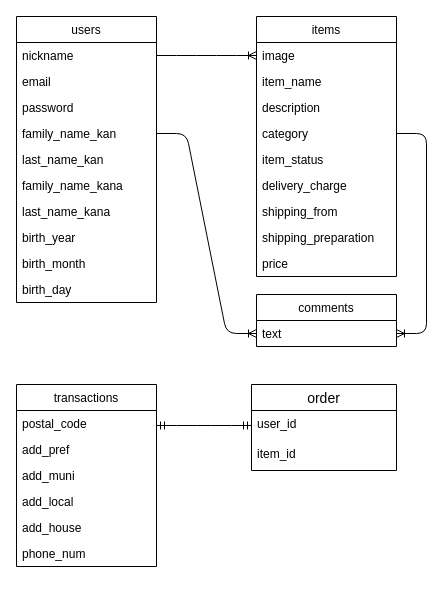
The draw.io diagram furima_er.dio in Koichi-Nak/furima-30508, before the edit. Source tidied: cells renumbered, new cells numbered last; positions are measured from the earlier drawing's top-left corner, leaving out a move shared by most shapes. Both pictures are drawn from the tidied source at 100%, with x=0, y=0 at pixel (16, 16).
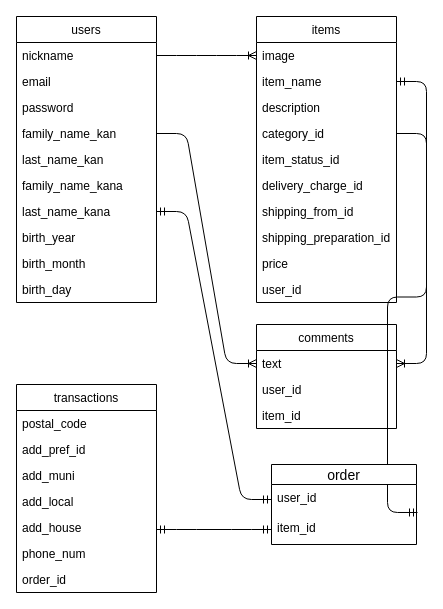
After the change.

Commit message (it also covers changes not shown here):
ER図とREADMEの修正(try2)

Unchanged cells that the change refers to:
```xml
<mxCell id="12" value="last_name_kana" style="text;strokeColor=none;fillColor=none;align=left;verticalAlign=top;spacingLeft=4;spacingRight=4;overflow=hidden;points=[[0,0.5],[1,0.5]];portConstraint=eastwest;" parent="5" vertex="1">
  <mxGeometry y="182" width="140" height="26" as="geometry" />
</mxCell>
<mxCell id="18" value="item_name" style="text;strokeColor=none;fillColor=none;align=left;verticalAlign=top;spacingLeft=4;spacingRight=4;overflow=hidden;points=[[0,0.5],[1,0.5]];portConstraint=eastwest;" parent="16" vertex="1">
  <mxGeometry y="52" width="140" height="26" as="geometry" />
</mxCell>
```

The edit, as a diff of the source:
```diff
@@
     <mxCell id="16" value="items" style="swimlane;fontStyle=0;horizontal=1;startSize=26;fillColor=none;" parent="1" vertex="1">
-      <mxGeometry x="240" width="140" height="260" as="geometry" />
+      <mxGeometry x="240" width="140" height="286" as="geometry" />
     </mxCell>
@@
-    <mxCell id="20" value="category" style="text;strokeColor=none;fillColor=none;align=left;verticalAlign=top;spacingLeft=4;spacingRight=4;overflow=hidden;points=[[0,0.5],[1,0.5]];portConstraint=eastwest;" parent="16" vertex="1">
+    <mxCell id="20" value="category_id" style="text;strokeColor=none;fillColor=none;align=left;verticalAlign=top;spacingLeft=4;spacingRight=4;overflow=hidden;points=[[0,0.5],[1,0.5]];portConstraint=eastwest;" parent="16" vertex="1">
       <mxGeometry y="104" width="140" height="26" as="geometry" />
     </mxCell>
-    <mxCell id="21" value="item_status" style="text;strokeColor=none;fillColor=none;align=left;verticalAlign=top;spacingLeft=4;spacingRight=4;overflow=hidden;" parent="16" vertex="1">
+    <mxCell id="21" value="item_status_id" style="text;strokeColor=none;fillColor=none;align=left;verticalAlign=top;spacingLeft=4;spacingRight=4;overflow=hidden;" parent="16" vertex="1">
       <mxGeometry y="130" width="140" height="26" as="geometry" />
     </mxCell>
-    <mxCell id="22" value="delivery_charge" style="text;strokeColor=none;fillColor=none;align=left;verticalAlign=top;spacingLeft=4;spacingRight=4;overflow=hidden;" parent="16" vertex="1">
+    <mxCell id="22" value="delivery_charge_id" style="text;strokeColor=none;fillColor=none;align=left;verticalAlign=top;spacingLeft=4;spacingRight=4;overflow=hidden;" parent="16" vertex="1">
       <mxGeometry y="156" width="140" height="26" as="geometry" />
     </mxCell>
-    <mxCell id="23" value="shipping_from" style="text;strokeColor=none;fillColor=none;align=left;verticalAlign=top;spacingLeft=4;spacingRight=4;overflow=hidden;" parent="16" vertex="1">
+    <mxCell id="23" value="shipping_from_id" style="text;strokeColor=none;fillColor=none;align=left;verticalAlign=top;spacingLeft=4;spacingRight=4;overflow=hidden;" parent="16" vertex="1">
       <mxGeometry y="182" width="140" height="26" as="geometry" />
     </mxCell>
-    <mxCell id="24" value="shipping_preparation" style="text;strokeColor=none;fillColor=none;align=left;verticalAlign=top;spacingLeft=4;spacingRight=4;overflow=hidden;" parent="16" vertex="1">
+    <mxCell id="24" value="shipping_preparation_id" style="text;strokeColor=none;fillColor=none;align=left;verticalAlign=top;spacingLeft=4;spacingRight=4;overflow=hidden;" parent="16" vertex="1">
       <mxGeometry y="208" width="140" height="26" as="geometry" />
     </mxCell>
@@
-    <mxCell id="26" value="comments" style="swimlane;fontStyle=0;horizontal=1;startSize=26;fillColor=none;" parent="1" vertex="1">
-      <mxGeometry x="240" y="278" width="140" height="52" as="geometry" />
-    </mxCell>
-    <mxCell id="27" value="text" style="text;strokeColor=none;fillColor=none;align=left;verticalAlign=top;spacingLeft=4;spacingRight=4;overflow=hidden;points=[[0,0.5],[1,0.5]];portConstraint=eastwest;" parent="26" vertex="1">
-      <mxGeometry y="26" width="140" height="26" as="geometry" />
-    </mxCell>
+    <mxCell id="39" value="user_id" style="text;strokeColor=none;fillColor=none;align=left;verticalAlign=top;spacingLeft=4;spacingRight=4;overflow=hidden;" parent="16" vertex="1">
+      <mxGeometry y="260" width="140" height="26" as="geometry" />
+    </mxCell>
     <mxCell id="28" value="transactions" style="swimlane;fontStyle=0;horizontal=1;startSize=26;fillColor=none;" parent="1" vertex="1">
-      <mxGeometry y="368" width="140" height="182" as="geometry" />
+      <mxGeometry y="368" width="140" height="208" as="geometry" />
     </mxCell>
@@
-    <mxCell id="30" value="add_pref" style="text;strokeColor=none;fillColor=none;align=left;verticalAlign=top;spacingLeft=4;spacingRight=4;overflow=hidden;" parent="28" vertex="1">
+    <mxCell id="30" value="add_pref_id" style="text;strokeColor=none;fillColor=none;align=left;verticalAlign=top;spacingLeft=4;spacingRight=4;overflow=hidden;" parent="28" vertex="1">
       <mxGeometry y="52" width="140" height="26" as="geometry" />
     </mxCell>
@@
+    <mxCell id="40" value="order_id" style="text;strokeColor=none;fillColor=none;align=left;verticalAlign=top;spacingLeft=4;spacingRight=4;overflow=hidden;" parent="28" vertex="1">
+      <mxGeometry y="182" width="140" height="26" as="geometry" />
+    </mxCell>
+    <mxCell id="38" style="edgeStyle=entityRelationEdgeStyle;fontSize=12;html=1;endArrow=ERmandOne;startArrow=ERmandOne;entryX=0;entryY=0.5;entryDx=0;entryDy=0;" parent="1" edge="1" target="37">
+      <mxGeometry relative="1" as="geometry">
+        <mxPoint x="140" y="513" as="sourcePoint" />
+      </mxGeometry>
+    </mxCell>
+    <mxCell id="41" style="edgeStyle=entityRelationEdgeStyle;fontSize=12;html=1;endArrow=ERmandOne;startArrow=ERmandOne;exitX=1;exitY=0.5;exitDx=0;exitDy=0;entryX=0;entryY=0.5;entryDx=0;entryDy=0;" parent="1" edge="1" source="12" target="36">
+      <mxGeometry relative="1" as="geometry" />
+    </mxCell>
+    <mxCell id="42" style="edgeStyle=entityRelationEdgeStyle;fontSize=12;html=1;endArrow=ERmandOne;startArrow=ERmandOne;exitX=1.007;exitY=-0.067;exitDx=0;exitDy=0;exitPerimeter=0;" parent="1" edge="1" source="37" target="18">
+      <mxGeometry relative="1" as="geometry" />
+    </mxCell>
+    <mxCell id="26" value="comments" style="swimlane;fontStyle=0;horizontal=1;startSize=26;fillColor=none;" parent="1" vertex="1">
+      <mxGeometry x="240" y="308" width="140" height="104" as="geometry" />
+    </mxCell>
+    <mxCell id="27" value="text" style="text;strokeColor=none;fillColor=none;align=left;verticalAlign=top;spacingLeft=4;spacingRight=4;overflow=hidden;points=[[0,0.5],[1,0.5]];portConstraint=eastwest;" parent="26" vertex="1">
+      <mxGeometry y="26" width="140" height="26" as="geometry" />
+    </mxCell>
+    <mxCell id="43" value="user_id" style="text;strokeColor=none;fillColor=none;align=left;verticalAlign=top;spacingLeft=4;spacingRight=4;overflow=hidden;" parent="26" vertex="1">
+      <mxGeometry y="52" width="140" height="26" as="geometry" />
+    </mxCell>
+    <mxCell id="44" value="item_id" style="text;strokeColor=none;fillColor=none;align=left;verticalAlign=top;spacingLeft=4;spacingRight=4;overflow=hidden;" parent="26" vertex="1">
+      <mxGeometry y="78" width="140" height="26" as="geometry" />
+    </mxCell>
-    <mxCell id="35" value="order" style="swimlane;fontStyle=0;horizontal=1;startSize=26;align=center;fontSize=14;" parent="1" vertex="1">
-      <mxGeometry x="235" y="368" width="145" height="86" as="geometry" />
+    <mxCell id="35" value="order" style="swimlane;fontStyle=0;horizontal=1;startSize=20;align=center;fontSize=14;" parent="1" vertex="1">
+      <mxGeometry x="255" y="448" width="145" height="80" as="geometry" />
     </mxCell>
     <mxCell id="36" value="user_id" style="text;strokeColor=none;fillColor=none;spacingLeft=4;spacingRight=4;overflow=hidden;points=[[0,0.5],[1,0.5]];portConstraint=eastwest;fontSize=12;" parent="35" vertex="1">
-      <mxGeometry y="26" width="145" height="30" as="geometry" />
+      <mxGeometry y="20" width="145" height="30" as="geometry" />
     </mxCell>
     <mxCell id="37" value="item_id" style="text;strokeColor=none;fillColor=none;spacingLeft=4;spacingRight=4;overflow=hidden;points=[[0,0.5],[1,0.5]];portConstraint=eastwest;fontSize=12;" parent="35" vertex="1">
-      <mxGeometry y="56" width="145" height="30" as="geometry" />
+      <mxGeometry y="50" width="145" height="30" as="geometry" />
     </mxCell>
-    <mxCell id="38" style="edgeStyle=entityRelationEdgeStyle;fontSize=12;html=1;endArrow=ERmandOne;startArrow=ERmandOne;entryX=0;entryY=0.5;entryDx=0;entryDy=0;" parent="1" edge="1" target="36">
-      <mxGeometry relative="1" as="geometry">
-        <mxPoint x="140" y="409" as="sourcePoint" />
-      </mxGeometry>
-    </mxCell>
```
